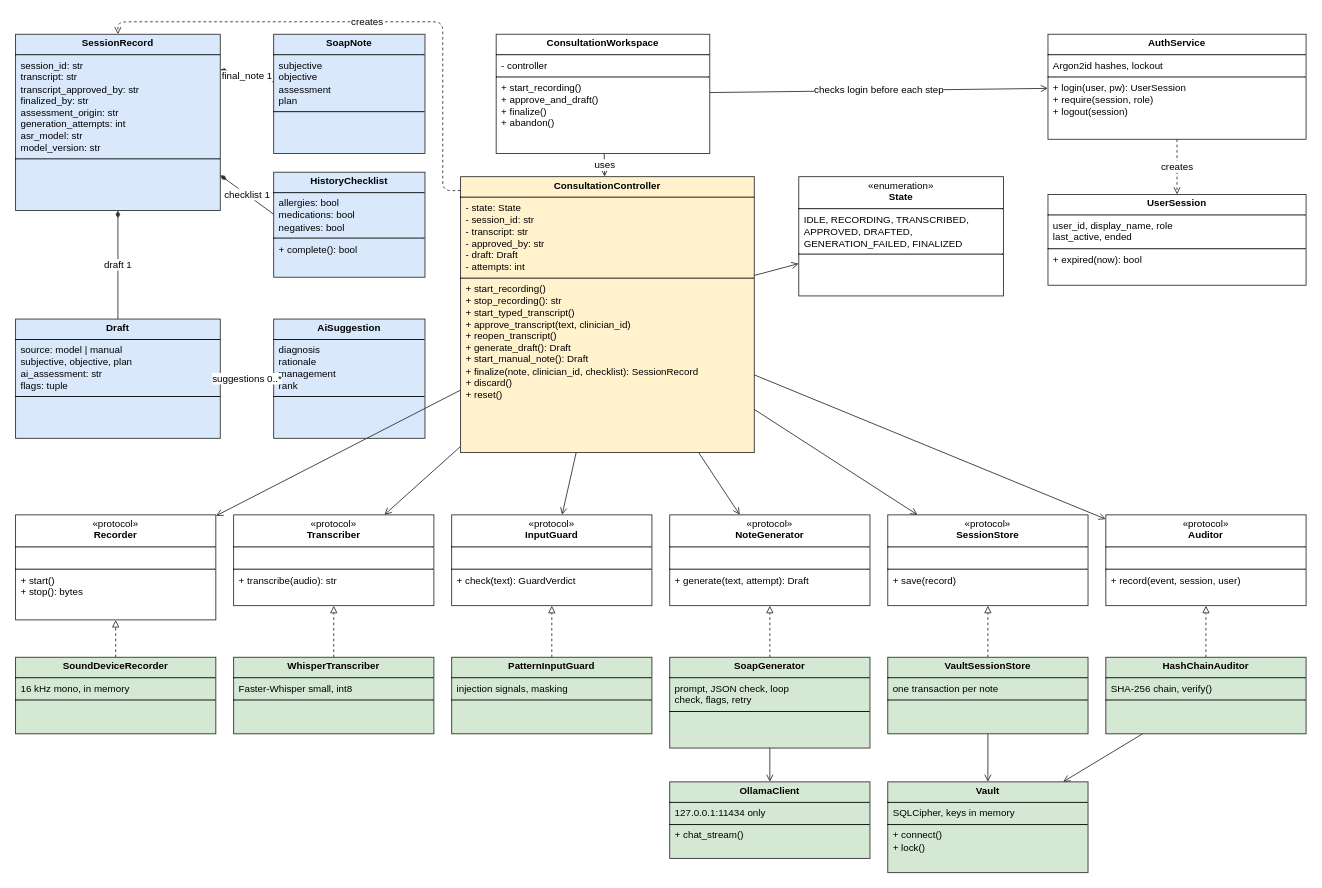
The draw.io diagram docs/design/fig-4-2-classes.drawio in kinuthia-mark/Offline-Desktop-Based-Medical-Professional-Clinical-Consultation-Assistant-, before the edit. Source tidied: cells renumbered, new cells numbered last; positions are measured from the earlier drawing's top-left corner, leaving out a move shared by most shapes. Both pictures are drawn from the tidied source at 89%, with x=0, y=0 at pixel (15, 21).
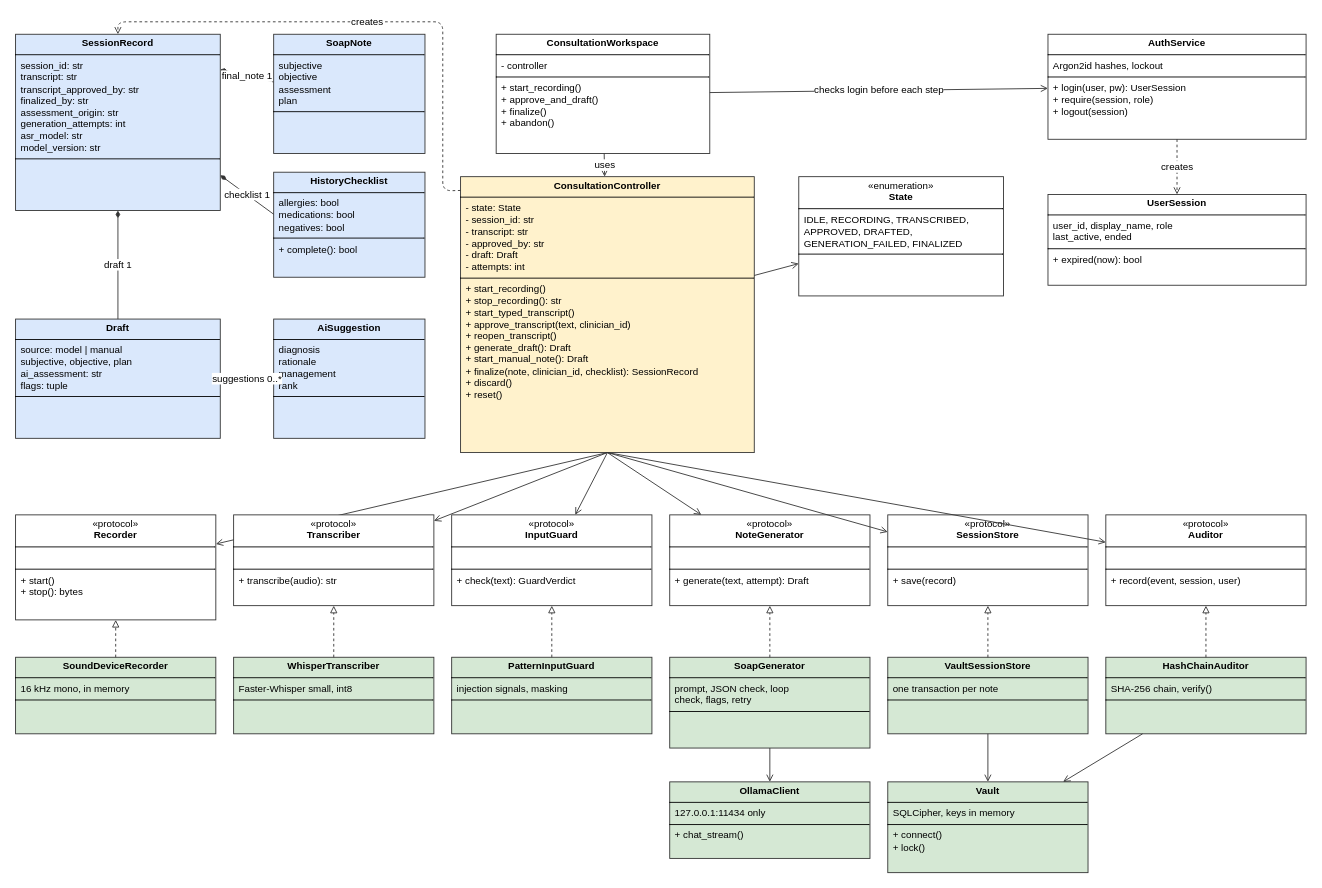
Above is the later version.

Commit message:
docs(design): port lines leave the controller from below

Unchanged cells that the change refers to:
```xml
<mxCell id="3" value="&lt;p style=&quot;margin:4px 0;text-align:center;&quot;&gt;&lt;b&gt;ConsultationController&lt;/b&gt;&lt;/p&gt;&lt;hr size=&quot;1&quot; style=&quot;border-style:solid;&quot;&gt;&lt;p style=&quot;margin:0 6px;text-align:left;&quot;&gt;- state: State&lt;br&gt;- session_id: str&lt;br&gt;- transcript: str&lt;br&gt;- approved_by: str&lt;br&gt;- draft: Draft&lt;br&gt;- attempts: int&lt;/p&gt;&lt;hr size=&quot;1&quot; style=&quot;border-style:solid;&quot;&gt;&lt;p style=&quot;margin:0 6px 4px;text-align:left;&quot;&gt;+ start_recording()&lt;br&gt;+ stop_recording(): str&lt;br&gt;+ start_typed_transcript()&lt;br&gt;+ approve_transcript(text, clinician_id)&lt;br&gt;+ reopen_transcript()&lt;br&gt;+ generate_draft(): Draft&lt;br&gt;+ start_manual_note(): Draft&lt;br&gt;+ finalize(note, clinician_id, checklist): SessionRecord&lt;br&gt;+ discard()&lt;br&gt;+ reset()&lt;/p&gt;" style="verticalAlign=top;align=left;overflow=fill;html=1;whiteSpace=wrap;fillColor=#fff2cc;strokeColor=#333333;fontFamily=Helvetica;fontSize=11;" parent="1" vertex="1">
  <mxGeometry x="500" y="174" width="330" height="310" as="geometry" />
</mxCell>
<mxCell id="17" value="&lt;p style=&quot;margin:4px 0;text-align:center;&quot;&gt;«protocol»&lt;br&gt;&lt;b&gt;Recorder&lt;/b&gt;&lt;/p&gt;&lt;hr size=&quot;1&quot; style=&quot;border-style:solid;&quot;&gt;&lt;p style=&quot;margin:0 6px;text-align:left;&quot;&gt;&amp;nbsp;&lt;/p&gt;&lt;hr size=&quot;1&quot; style=&quot;border-style:solid;&quot;&gt;&lt;p style=&quot;margin:0 6px 4px;text-align:left;&quot;&gt;+ start()&lt;br&gt;+ stop(): bytes&lt;/p&gt;" style="verticalAlign=top;align=left;overflow=fill;html=1;whiteSpace=wrap;fillColor=#ffffff;strokeColor=#333333;fontFamily=Helvetica;fontSize=11;" parent="1" vertex="1">
  <mxGeometry y="554" width="225" height="118" as="geometry" />
</mxCell>
<mxCell id="21" value="&lt;p style=&quot;margin:4px 0;text-align:center;&quot;&gt;«protocol»&lt;br&gt;&lt;b&gt;Transcriber&lt;/b&gt;&lt;/p&gt;&lt;hr size=&quot;1&quot; style=&quot;border-style:solid;&quot;&gt;&lt;p style=&quot;margin:0 6px;text-align:left;&quot;&gt;&amp;nbsp;&lt;/p&gt;&lt;hr size=&quot;1&quot; style=&quot;border-style:solid;&quot;&gt;&lt;p style=&quot;margin:0 6px 4px;text-align:left;&quot;&gt;+ transcribe(audio): str&lt;/p&gt;" style="verticalAlign=top;align=left;overflow=fill;html=1;whiteSpace=wrap;fillColor=#ffffff;strokeColor=#333333;fontFamily=Helvetica;fontSize=11;" parent="1" vertex="1">
  <mxGeometry x="245" y="554" width="225" height="102" as="geometry" />
</mxCell>
<mxCell id="25" value="&lt;p style=&quot;margin:4px 0;text-align:center;&quot;&gt;«protocol»&lt;br&gt;&lt;b&gt;InputGuard&lt;/b&gt;&lt;/p&gt;&lt;hr size=&quot;1&quot; style=&quot;border-style:solid;&quot;&gt;&lt;p style=&quot;margin:0 6px;text-align:left;&quot;&gt;&amp;nbsp;&lt;/p&gt;&lt;hr size=&quot;1&quot; style=&quot;border-style:solid;&quot;&gt;&lt;p style=&quot;margin:0 6px 4px;text-align:left;&quot;&gt;+ check(text): GuardVerdict&lt;/p&gt;" style="verticalAlign=top;align=left;overflow=fill;html=1;whiteSpace=wrap;fillColor=#ffffff;strokeColor=#333333;fontFamily=Helvetica;fontSize=11;" parent="1" vertex="1">
  <mxGeometry x="490" y="554" width="225" height="102" as="geometry" />
</mxCell>
<mxCell id="29" value="&lt;p style=&quot;margin:4px 0;text-align:center;&quot;&gt;«protocol»&lt;br&gt;&lt;b&gt;NoteGenerator&lt;/b&gt;&lt;/p&gt;&lt;hr size=&quot;1&quot; style=&quot;border-style:solid;&quot;&gt;&lt;p style=&quot;margin:0 6px;text-align:left;&quot;&gt;&amp;nbsp;&lt;/p&gt;&lt;hr size=&quot;1&quot; style=&quot;border-style:solid;&quot;&gt;&lt;p style=&quot;margin:0 6px 4px;text-align:left;&quot;&gt;+ generate(text, attempt): Draft&lt;/p&gt;" style="verticalAlign=top;align=left;overflow=fill;html=1;whiteSpace=wrap;fillColor=#ffffff;strokeColor=#333333;fontFamily=Helvetica;fontSize=11;" parent="1" vertex="1">
  <mxGeometry x="735" y="554" width="225" height="102" as="geometry" />
</mxCell>
<mxCell id="33" value="&lt;p style=&quot;margin:4px 0;text-align:center;&quot;&gt;«protocol»&lt;br&gt;&lt;b&gt;SessionStore&lt;/b&gt;&lt;/p&gt;&lt;hr size=&quot;1&quot; style=&quot;border-style:solid;&quot;&gt;&lt;p style=&quot;margin:0 6px;text-align:left;&quot;&gt;&amp;nbsp;&lt;/p&gt;&lt;hr size=&quot;1&quot; style=&quot;border-style:solid;&quot;&gt;&lt;p style=&quot;margin:0 6px 4px;text-align:left;&quot;&gt;+ save(record)&lt;/p&gt;" style="verticalAlign=top;align=left;overflow=fill;html=1;whiteSpace=wrap;fillColor=#ffffff;strokeColor=#333333;fontFamily=Helvetica;fontSize=11;" parent="1" vertex="1">
  <mxGeometry x="980" y="554" width="225" height="102" as="geometry" />
</mxCell>
<mxCell id="37" value="&lt;p style=&quot;margin:4px 0;text-align:center;&quot;&gt;«protocol»&lt;br&gt;&lt;b&gt;Auditor&lt;/b&gt;&lt;/p&gt;&lt;hr size=&quot;1&quot; style=&quot;border-style:solid;&quot;&gt;&lt;p style=&quot;margin:0 6px;text-align:left;&quot;&gt;&amp;nbsp;&lt;/p&gt;&lt;hr size=&quot;1&quot; style=&quot;border-style:solid;&quot;&gt;&lt;p style=&quot;margin:0 6px 4px;text-align:left;&quot;&gt;+ record(event, session, user)&lt;/p&gt;" style="verticalAlign=top;align=left;overflow=fill;html=1;whiteSpace=wrap;fillColor=#ffffff;strokeColor=#333333;fontFamily=Helvetica;fontSize=11;" parent="1" vertex="1">
  <mxGeometry x="1225" y="554" width="225" height="102" as="geometry" />
</mxCell>
```

Diff of the diagram source:
```diff
@@
-    <mxCell id="20" style="html=1;strokeColor=#333333;fontFamily=Helvetica;fontSize=11;endArrow=open;endFill=0;startArrow=none;startFill=1;labelBackgroundColor=#ffffff;" parent="1" edge="1" source="3" target="17">
+    <mxCell id="20" style="html=1;strokeColor=#333333;fontFamily=Helvetica;fontSize=11;endArrow=open;endFill=0;startArrow=none;startFill=1;labelBackgroundColor=#ffffff;exitX=0.5;exitY=1;exitDx=0;exitDy=0;" parent="1" edge="1" source="3" target="17">
       <mxGeometry relative="1" as="geometry" />
     </mxCell>
@@
-    <mxCell id="24" style="html=1;strokeColor=#333333;fontFamily=Helvetica;fontSize=11;endArrow=open;endFill=0;startArrow=none;startFill=1;labelBackgroundColor=#ffffff;" parent="1" edge="1" source="3" target="21">
+    <mxCell id="24" style="html=1;strokeColor=#333333;fontFamily=Helvetica;fontSize=11;endArrow=open;endFill=0;startArrow=none;startFill=1;labelBackgroundColor=#ffffff;exitX=0.5;exitY=1;exitDx=0;exitDy=0;" parent="1" edge="1" source="3" target="21">
       <mxGeometry relative="1" as="geometry" />
     </mxCell>
@@
-    <mxCell id="28" style="html=1;strokeColor=#333333;fontFamily=Helvetica;fontSize=11;endArrow=open;endFill=0;startArrow=none;startFill=1;labelBackgroundColor=#ffffff;" parent="1" edge="1" source="3" target="25">
+    <mxCell id="28" style="html=1;strokeColor=#333333;fontFamily=Helvetica;fontSize=11;endArrow=open;endFill=0;startArrow=none;startFill=1;labelBackgroundColor=#ffffff;exitX=0.5;exitY=1;exitDx=0;exitDy=0;" parent="1" edge="1" source="3" target="25">
       <mxGeometry relative="1" as="geometry" />
     </mxCell>
@@
-    <mxCell id="32" style="html=1;strokeColor=#333333;fontFamily=Helvetica;fontSize=11;endArrow=open;endFill=0;startArrow=none;startFill=1;labelBackgroundColor=#ffffff;" parent="1" edge="1" source="3" target="29">
+    <mxCell id="32" style="html=1;strokeColor=#333333;fontFamily=Helvetica;fontSize=11;endArrow=open;endFill=0;startArrow=none;startFill=1;labelBackgroundColor=#ffffff;exitX=0.5;exitY=1;exitDx=0;exitDy=0;" parent="1" edge="1" source="3" target="29">
       <mxGeometry relative="1" as="geometry" />
     </mxCell>
@@
-    <mxCell id="36" style="html=1;strokeColor=#333333;fontFamily=Helvetica;fontSize=11;endArrow=open;endFill=0;startArrow=none;startFill=1;labelBackgroundColor=#ffffff;" parent="1" edge="1" source="3" target="33">
+    <mxCell id="36" style="html=1;strokeColor=#333333;fontFamily=Helvetica;fontSize=11;endArrow=open;endFill=0;startArrow=none;startFill=1;labelBackgroundColor=#ffffff;exitX=0.5;exitY=1;exitDx=0;exitDy=0;" parent="1" edge="1" source="3" target="33">
       <mxGeometry relative="1" as="geometry" />
     </mxCell>
@@
-    <mxCell id="40" style="html=1;strokeColor=#333333;fontFamily=Helvetica;fontSize=11;endArrow=open;endFill=0;startArrow=none;startFill=1;labelBackgroundColor=#ffffff;" parent="1" edge="1" source="3" target="37">
+    <mxCell id="40" style="html=1;strokeColor=#333333;fontFamily=Helvetica;fontSize=11;endArrow=open;endFill=0;startArrow=none;startFill=1;labelBackgroundColor=#ffffff;exitX=0.5;exitY=1;exitDx=0;exitDy=0;" parent="1" edge="1" source="3" target="37">
       <mxGeometry relative="1" as="geometry" />
     </mxCell>
```
